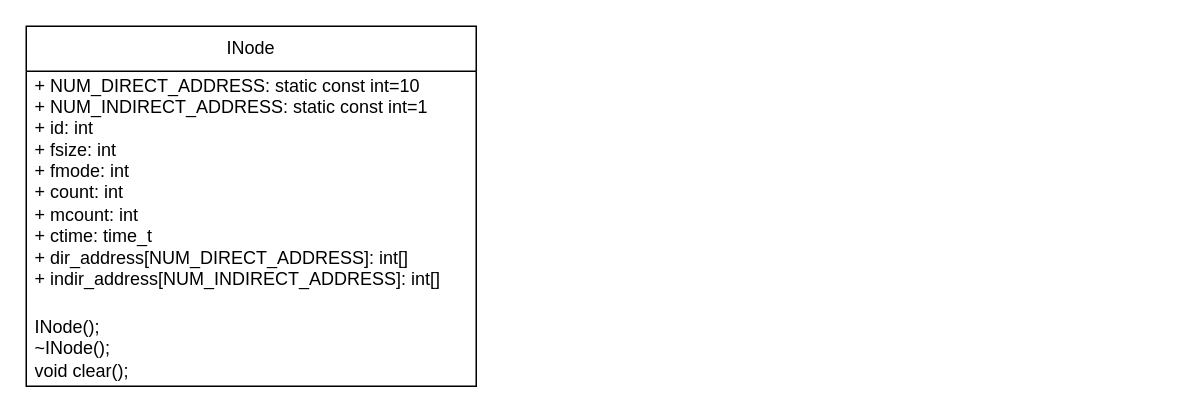
Before: Class Diagram.drawio in MinkunZhao/SE_lab1, a draw.io diagram. Source tidied: cells renumbered, new cells numbered last; positions are measured from the earlier drawing's top-left corner, leaving out a move shared by most shapes. Both pictures are drawn from the tidied source at 150%, with x=0, y=0 at pixel (26, 26).
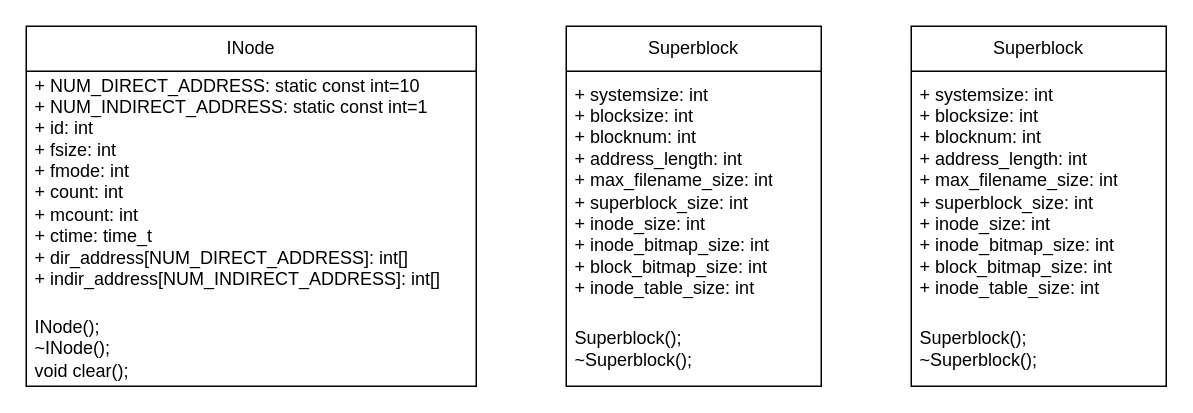
The same diagram, later.

What changed in the source:
```diff
@@
 <mxGraphModel>
   <root>
     <mxCell id="0" />
     <mxCell id="1" parent="0" />
     <mxCell id="2" value="INode" style="swimlane;fontStyle=0;horizontal=1;startSize=30;whiteSpace=wrap;html=1;" parent="1" vertex="1">
       <mxGeometry width="300" height="240" as="geometry" />
     </mxCell>
     <mxCell id="3" value="+ NUM_DIRECT_ADDRESS:&amp;nbsp;static const int=10&lt;br&gt;+ NUM_INDIRECT_ADDRESS:&amp;nbsp;static const int=1&lt;br&gt;&lt;div&gt;+ id: int&lt;/div&gt;&lt;div&gt;&lt;span style=&quot;background-color: initial;&quot;&gt;+ fsize: int&lt;/span&gt;&lt;/div&gt;&lt;div&gt;+ fmode: int&lt;/div&gt;&lt;div&gt;+ count: int&lt;/div&gt;&lt;div&gt;+ mcount: int&lt;/div&gt;&lt;div&gt;&lt;span style=&quot;background-color: initial;&quot;&gt;+ ctime: time_t&lt;/span&gt;&lt;/div&gt;&lt;div&gt;&lt;span style=&quot;background-color: initial;&quot;&gt;+ dir_address[NUM_DIRECT_ADDRESS]: int[]&lt;/span&gt;&lt;/div&gt;&lt;div&gt;+ indir_address[NUM_INDIRECT_ADDRESS]: int[]&lt;/div&gt;&lt;div&gt;&lt;br&gt;&lt;/div&gt;" style="text;strokeColor=none;fillColor=none;align=left;verticalAlign=middle;spacingLeft=4;spacingRight=4;overflow=hidden;whiteSpace=wrap;html=1;" parent="2" vertex="1">
       <mxGeometry y="30" width="300" height="160" as="geometry" />
     </mxCell>
     <mxCell id="4" value="INode();&lt;div&gt;~INode();&lt;/div&gt;&lt;div&gt;void clear();&lt;/div&gt;" style="text;strokeColor=none;fillColor=none;align=left;verticalAlign=middle;spacingLeft=4;spacingRight=4;overflow=hidden;whiteSpace=wrap;html=1;" parent="2" vertex="1">
       <mxGeometry y="190" width="300" height="50" as="geometry" />
     </mxCell>
+    <mxCell id="5" value="Superblock" style="swimlane;fontStyle=0;horizontal=1;startSize=30;whiteSpace=wrap;html=1;" parent="1" vertex="1">
+      <mxGeometry x="360" width="170" height="240" as="geometry" />
+    </mxCell>
+    <mxCell id="6" value="+ systemsize: int&lt;br&gt;&lt;div&gt;+ blocksize: int&lt;/div&gt;&lt;div&gt;+ blocknum: int&lt;/div&gt;&lt;div&gt;+ address_length: int&lt;/div&gt;&lt;div&gt;+ max_filename_size: int&lt;/div&gt;&lt;div&gt;+ superblock_size: int&lt;/div&gt;&lt;div&gt;+ inode_size: int&lt;/div&gt;&lt;div&gt;+ inode_bitmap_size: int&lt;/div&gt;&lt;div&gt;+ block_bitmap_size: int&lt;/div&gt;&lt;div&gt;+ inode_table_size: int&lt;/div&gt;" style="text;strokeColor=none;fillColor=none;align=left;verticalAlign=middle;spacingLeft=4;spacingRight=4;overflow=hidden;whiteSpace=wrap;html=1;" parent="5" vertex="1">
+      <mxGeometry y="30" width="170" height="160" as="geometry" />
+    </mxCell>
+    <mxCell id="7" value="&lt;div&gt;Superblock();&lt;/div&gt;&lt;div&gt;~Superblock();&lt;/div&gt;" style="text;strokeColor=none;fillColor=none;align=left;verticalAlign=middle;spacingLeft=4;spacingRight=4;overflow=hidden;whiteSpace=wrap;html=1;" parent="5" vertex="1">
+      <mxGeometry y="190" width="170" height="50" as="geometry" />
+    </mxCell>
+    <mxCell id="8" value="Superblock" style="swimlane;fontStyle=0;horizontal=1;startSize=30;whiteSpace=wrap;html=1;" parent="1" vertex="1">
+      <mxGeometry x="590" width="170" height="240" as="geometry" />
+    </mxCell>
+    <mxCell id="9" value="+ systemsize: int&lt;br&gt;&lt;div&gt;+ blocksize: int&lt;/div&gt;&lt;div&gt;+ blocknum: int&lt;/div&gt;&lt;div&gt;+ address_length: int&lt;/div&gt;&lt;div&gt;+ max_filename_size: int&lt;/div&gt;&lt;div&gt;+ superblock_size: int&lt;/div&gt;&lt;div&gt;+ inode_size: int&lt;/div&gt;&lt;div&gt;+ inode_bitmap_size: int&lt;/div&gt;&lt;div&gt;+ block_bitmap_size: int&lt;/div&gt;&lt;div&gt;+ inode_table_size: int&lt;/div&gt;" style="text;strokeColor=none;fillColor=none;align=left;verticalAlign=middle;spacingLeft=4;spacingRight=4;overflow=hidden;whiteSpace=wrap;html=1;" parent="8" vertex="1">
+      <mxGeometry y="30" width="170" height="160" as="geometry" />
+    </mxCell>
+    <mxCell id="10" value="&lt;div&gt;Superblock();&lt;/div&gt;&lt;div&gt;~Superblock();&lt;/div&gt;" style="text;strokeColor=none;fillColor=none;align=left;verticalAlign=middle;spacingLeft=4;spacingRight=4;overflow=hidden;whiteSpace=wrap;html=1;" parent="8" vertex="1">
+      <mxGeometry y="190" width="170" height="50" as="geometry" />
+    </mxCell>
   </root>
 </mxGraphModel>
```
